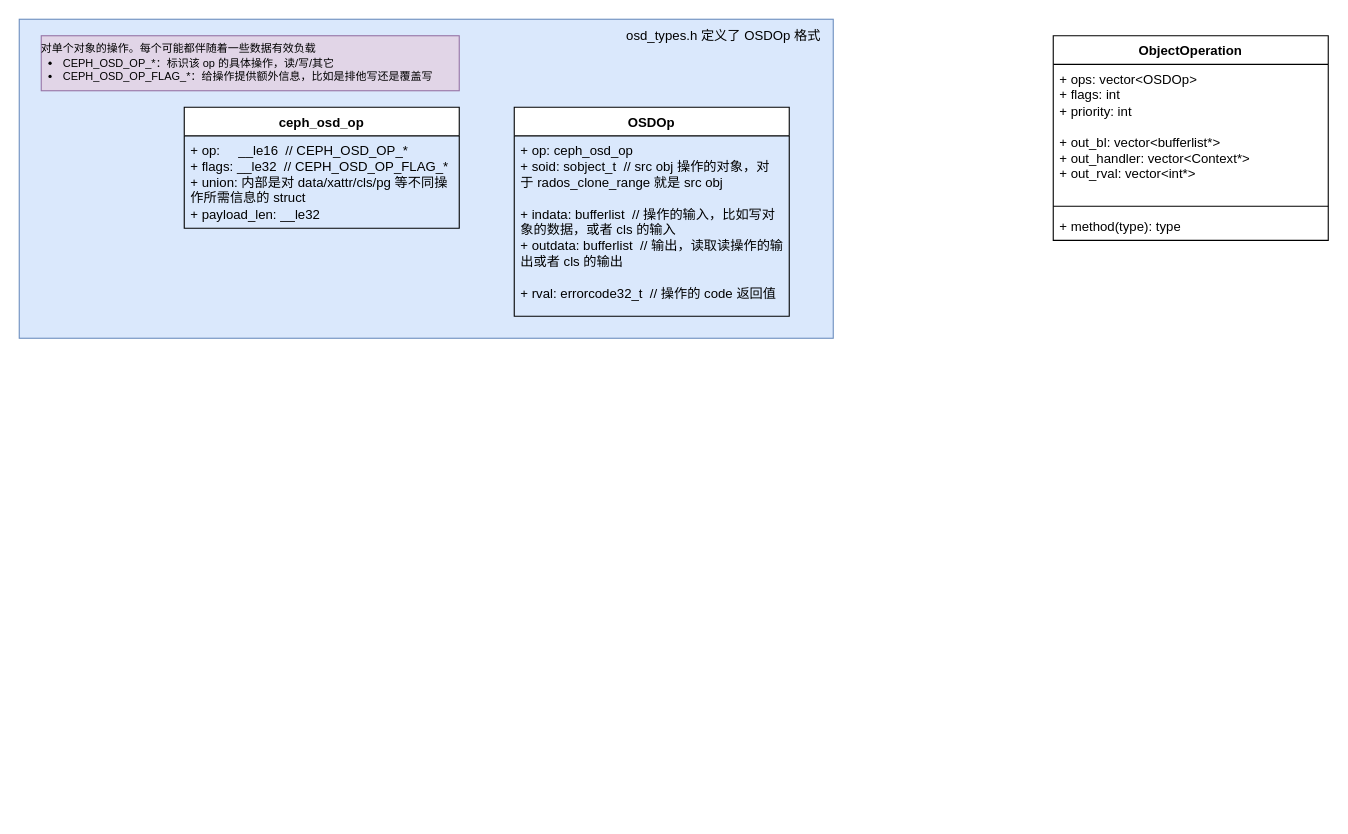
This is librados.drawio from 1253757553/drawIO, a draw.io file, before an edit. Source tidied: cells renumbered, new cells numbered last; positions are measured from the earlier drawing's top-left corner, leaving out a move shared by most shapes. Both pictures are drawn from the tidied source at 110%, with x=0, y=0 at pixel (19, 19).
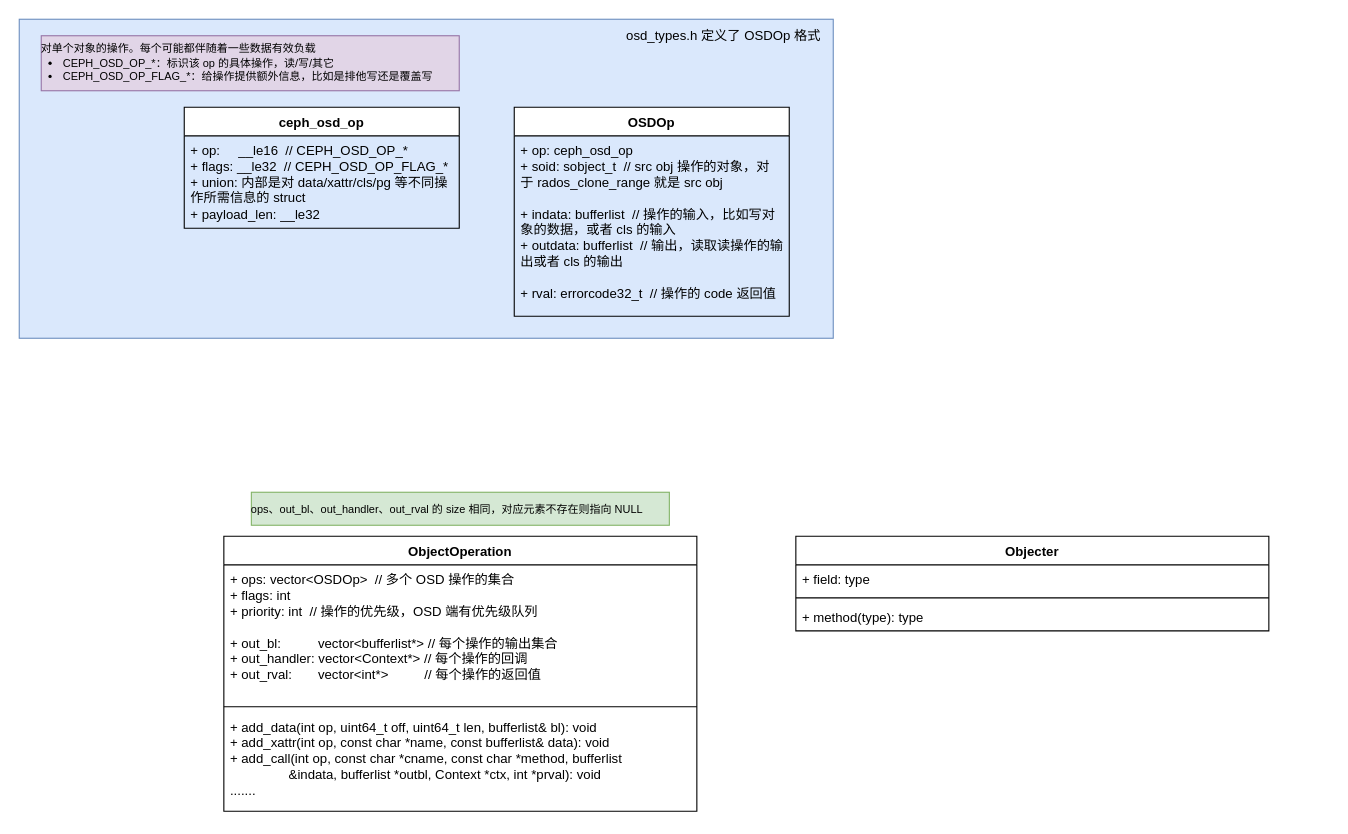
Above is the later version.

The edit, as a diff of the source:
```diff
@@
 <mxGraphModel>
   <root>
     <mxCell id="0" />
     <mxCell id="1" parent="0" />
     <mxCell id="2" style="rounded=0;whiteSpace=wrap;html=1;align=center;verticalAlign=middle;arcSize=42;fontFamily=Helvetica;fontSize=12;fillColor=#dae8fc;strokeColor=#6c8ebf;" parent="1" vertex="1">
       <mxGeometry width="740" height="290" as="geometry" />
     </mxCell>
     <mxCell id="3" value="ObjectOperation" style="swimlane;fontStyle=1;align=center;verticalAlign=top;horizontal=1;startSize=26;whiteSpace=wrap;html=1;" parent="1" vertex="1">
-      <mxGeometry x="940" y="15" width="250" height="186" as="geometry" />
+      <mxGeometry x="186" y="470" width="430" height="250" as="geometry" />
     </mxCell>
-    <mxCell id="4" value="+ ops:&amp;nbsp;vector&amp;lt;OSDOp&amp;gt;&lt;div&gt;+&amp;nbsp;flags: int&lt;/div&gt;&lt;div&gt;+&amp;nbsp;priority: int&lt;/div&gt;&lt;div&gt;&lt;br&gt;&lt;/div&gt;&lt;div&gt;+&amp;nbsp;out_bl:&amp;nbsp;vector&amp;lt;bufferlist*&amp;gt;&lt;/div&gt;&lt;div&gt;+&amp;nbsp;out_handler:&amp;nbsp;vector&amp;lt;Context*&amp;gt;&lt;/div&gt;&lt;div&gt;+&amp;nbsp;out_rval:&amp;nbsp;vector&amp;lt;int*&amp;gt;&lt;/div&gt;" style="text;strokeColor=none;fillColor=none;align=left;verticalAlign=top;spacingLeft=4;spacingRight=4;overflow=hidden;whiteSpace=wrap;html=1;" parent="3" vertex="1">
-      <mxGeometry y="26" width="250" height="124" as="geometry" />
+    <mxCell id="4" value="+ ops:&amp;nbsp;vector&amp;lt;OSDOp&amp;gt;&amp;nbsp; // 多个 OSD 操作的集合&lt;div&gt;+&amp;nbsp;flags: int&lt;/div&gt;&lt;div&gt;+&amp;nbsp;priority: int&amp;nbsp; // 操作的优先级，OSD 端有优先级队列&lt;/div&gt;&lt;div&gt;&lt;br&gt;&lt;/div&gt;&lt;div&gt;+&amp;nbsp;out_bl:&amp;nbsp; &amp;nbsp; &amp;nbsp;&lt;span style=&quot;white-space: pre;&quot;&gt;&#9;&lt;/span&gt;vector&amp;lt;bufferlist*&amp;gt; // 每个操作的输出集合&lt;/div&gt;&lt;div&gt;+&amp;nbsp;out_handler:&amp;nbsp;vector&amp;lt;Context*&amp;gt; // 每个操作的回调&lt;/div&gt;&lt;div&gt;+&amp;nbsp;out_rval:&amp;nbsp;&lt;span style=&quot;white-space: pre;&quot;&gt;&#9;&lt;/span&gt;vector&amp;lt;int*&amp;gt;&amp;nbsp; &lt;span style=&quot;white-space: pre;&quot;&gt;&#9;&amp;nbsp;&lt;/span&gt;&amp;nbsp; &amp;nbsp; // 每个操作的返回值&lt;/div&gt;" style="text;strokeColor=none;fillColor=none;align=left;verticalAlign=top;spacingLeft=4;spacingRight=4;overflow=hidden;whiteSpace=wrap;html=1;" parent="3" vertex="1">
+      <mxGeometry y="26" width="430" height="124" as="geometry" />
     </mxCell>
     <mxCell id="5" style="line;strokeWidth=1;fillColor=none;align=left;verticalAlign=middle;spacingTop=-1;spacingLeft=3;spacingRight=3;labelPosition=right;strokeColor=inherit;" parent="3" vertex="1">
-      <mxGeometry y="150" width="250" height="10" as="geometry" />
+      <mxGeometry y="150" width="430" height="10" as="geometry" />
     </mxCell>
-    <mxCell id="6" value="+ method(type): type" style="text;strokeColor=none;fillColor=none;align=left;verticalAlign=top;spacingLeft=4;spacingRight=4;overflow=hidden;whiteSpace=wrap;html=1;" parent="3" vertex="1">
-      <mxGeometry y="160" width="250" height="26" as="geometry" />
+    <mxCell id="6" value="+ add_data(int op, uint64_t off, uint64_t len, bufferlist&amp;amp; bl): void&lt;div&gt;+&amp;nbsp;add_xattr(int op, const char *name, const bufferlist&amp;amp; data): void&lt;/div&gt;&lt;div&gt;+&amp;nbsp;&lt;span style=&quot;background-color: initial;&quot;&gt;add_call(int op, const char *cname, const char *method,&amp;nbsp;&lt;/span&gt;&lt;span style=&quot;background-color: initial;&quot;&gt;bufferlist &lt;span style=&quot;white-space: pre;&quot;&gt;&#9;&lt;/span&gt;&lt;span style=&quot;white-space: pre;&quot;&gt;&#9;&lt;/span&gt;&amp;amp;indata,&amp;nbsp;&lt;/span&gt;&lt;span style=&quot;background-color: initial;&quot;&gt;bufferlist *outbl, Context *ctx, int *prval): void&lt;/span&gt;&lt;/div&gt;&lt;div&gt;&lt;span style=&quot;background-color: initial;&quot;&gt;.......&lt;/span&gt;&lt;/div&gt;" style="text;strokeColor=none;fillColor=none;align=left;verticalAlign=top;spacingLeft=4;spacingRight=4;overflow=hidden;whiteSpace=wrap;html=1;" parent="3" vertex="1">
+      <mxGeometry y="160" width="430" height="90" as="geometry" />
     </mxCell>
     <mxCell id="7" value="OSDOp" style="swimlane;fontStyle=1;align=center;verticalAlign=top;horizontal=1;startSize=26;whiteSpace=wrap;html=1;" parent="1" vertex="1">
       <mxGeometry x="450" y="80" width="250" height="190" as="geometry" />
     </mxCell>
     <mxCell id="8" value="+ op:&amp;nbsp;ceph_osd_op&lt;div&gt;+ soid: sobject_t&amp;nbsp; // src obj 操作的对象，对于&amp;nbsp;rados_clone_range 就是 src obj&lt;/div&gt;&lt;div&gt;&lt;br&gt;&lt;/div&gt;&lt;div&gt;+&amp;nbsp;&lt;span style=&quot;background-color: initial;&quot;&gt;indata:&amp;nbsp;&lt;/span&gt;&lt;span style=&quot;background-color: initial;&quot;&gt;bufferlist&amp;nbsp; // 操作的输入，比如写对象的数据，或者 cls 的输入&lt;/span&gt;&lt;/div&gt;&lt;div&gt;&lt;span style=&quot;background-color: initial;&quot;&gt;+ outdata:&amp;nbsp;&lt;/span&gt;&lt;span style=&quot;background-color: initial;&quot;&gt;bufferlist&lt;/span&gt;&lt;span style=&quot;background-color: initial;&quot;&gt;&amp;nbsp; // 输出，读取读操作的输出或者 cls 的输出&lt;/span&gt;&lt;/div&gt;&lt;div&gt;&lt;span style=&quot;background-color: initial;&quot;&gt;&lt;br&gt;&lt;/span&gt;&lt;/div&gt;&lt;div&gt;&lt;span style=&quot;background-color: initial;&quot;&gt;+&amp;nbsp;&lt;/span&gt;&lt;span style=&quot;background-color: initial;&quot;&gt;rval:&amp;nbsp;&lt;/span&gt;&lt;span style=&quot;background-color: initial;&quot;&gt;errorcode32_t&amp;nbsp; // 操作的 code 返回值&lt;/span&gt;&lt;/div&gt;" style="text;strokeColor=none;fillColor=none;align=left;verticalAlign=top;spacingLeft=4;spacingRight=4;overflow=hidden;whiteSpace=wrap;html=1;" parent="7" vertex="1">
       <mxGeometry y="26" width="250" height="164" as="geometry" />
     </mxCell>
     <mxCell id="9" value="ceph_osd_op" style="swimlane;fontStyle=1;align=center;verticalAlign=top;horizontal=1;startSize=26;whiteSpace=wrap;html=1;" parent="1" vertex="1">
       <mxGeometry x="150" y="80" width="250" height="110" as="geometry" />
     </mxCell>
     <mxCell id="10" value="+&amp;nbsp;&lt;span style=&quot;background-color: initial;&quot;&gt;op:&amp;nbsp; &amp;nbsp; &amp;nbsp;&lt;/span&gt;__le16&amp;nbsp; //&lt;span style=&quot;background-color: initial;&quot;&gt;&amp;nbsp;CEPH_OSD_OP_*&amp;nbsp;&lt;/span&gt;&lt;div&gt;&lt;span style=&quot;background-color: initial;&quot;&gt;+ flags:&amp;nbsp;&lt;/span&gt;&lt;span style=&quot;background-color: initial;&quot;&gt;__le32&amp;nbsp; //&amp;nbsp;&lt;/span&gt;&lt;span style=&quot;background-color: initial;&quot;&gt;CEPH_OSD_OP_FLAG_*&lt;/span&gt;&lt;/div&gt;&lt;div&gt;&lt;span style=&quot;background-color: initial;&quot;&gt;+ union: 内部是对 data/xattr/cls/pg 等不同操作所需信息的 struct&lt;/span&gt;&lt;/div&gt;&lt;div&gt;&lt;span style=&quot;background-color: initial;&quot;&gt;+&amp;nbsp;&lt;/span&gt;&lt;span style=&quot;background-color: initial;&quot;&gt;payload_len:&amp;nbsp;&lt;/span&gt;&lt;span style=&quot;background-color: initial;&quot;&gt;__le32&lt;/span&gt;&lt;/div&gt;" style="text;strokeColor=none;fillColor=none;align=left;verticalAlign=top;spacingLeft=4;spacingRight=4;overflow=hidden;whiteSpace=wrap;html=1;" parent="9" vertex="1">
       <mxGeometry y="26" width="250" height="84" as="geometry" />
     </mxCell>
     <mxCell id="11" value="&lt;span style=&quot;font-size: 10px;&quot;&gt;&lt;font style=&quot;font-size: 10px;&quot;&gt;对单个对象的操作。每个可能都伴随着一些数据有效负载&lt;/font&gt;&lt;/span&gt;&lt;div style=&quot;font-size: 10px;&quot;&gt;&lt;ul style=&quot;border-color: var(--border-color); padding-left: 20px; margin-top: 2px; margin-left: 0px; margin-bottom: 2px; font-size: 10px;&quot;&gt;&lt;li style=&quot;border-color: var(--border-color); font-size: 10px;&quot;&gt;&lt;span style=&quot;border-color: var(--border-color); text-wrap: wrap; font-size: 10px;&quot;&gt;&lt;font style=&quot;font-size: 10px;&quot;&gt;CEPH_OSD_OP_*：标识该 op 的具体操作，读/写/其它&lt;/font&gt;&lt;/span&gt;&lt;/li&gt;&lt;li style=&quot;border-color: var(--border-color); font-size: 10px;&quot;&gt;&lt;span style=&quot;border-color: var(--border-color); text-wrap: wrap; font-size: 10px;&quot;&gt;&lt;font style=&quot;font-size: 10px;&quot;&gt;CEPH_OSD_OP_FLAG_*：给操作提供额外信息，比如是排他写还是覆盖写&lt;/font&gt;&lt;/span&gt;&lt;/li&gt;&lt;/ul&gt;&lt;/div&gt;" style="text;html=1;align=left;verticalAlign=middle;fontFamily=Helvetica;fontSize=10;fillColor=#e1d5e7;strokeColor=#9673a6;imageWidth=24;arcSize=12;absoluteArcSize=0;imageHeight=24;imageAspect=1;imageAlign=left;imageVerticalAlign=middle;fillOpacity=100;overflow=width;" parent="1" vertex="1">
       <mxGeometry x="20" y="15" width="380" height="50" as="geometry" />
     </mxCell>
     <mxCell id="12" value="osd_types.h 定义了 OSDOp 格式" style="text;html=1;align=center;verticalAlign=middle;strokeColor=none;fillColor=none;fontFamily=Helvetica;fontSize=12;fontColor=default;" parent="1" vertex="1">
       <mxGeometry x="540" width="200" height="30" as="geometry" />
     </mxCell>
+    <mxCell id="13" value="ops、&lt;span style=&quot;text-wrap: wrap; font-size: 10px;&quot;&gt;out_bl&lt;/span&gt;、&lt;span style=&quot;text-wrap: wrap; font-size: 10px;&quot;&gt;out_handler&lt;/span&gt;、&lt;span style=&quot;text-wrap: wrap; font-size: 10px;&quot;&gt;out_rval 的&amp;nbsp;&lt;/span&gt;&lt;span style=&quot;text-wrap: wrap; font-size: 10px;&quot;&gt;size 相同，对应元素不存在&lt;/span&gt;&lt;span style=&quot;text-wrap: wrap; font-size: 10px;&quot;&gt;则指向 NULL&lt;/span&gt;" style="text;html=1;align=left;verticalAlign=middle;strokeColor=#82b366;fillColor=#d5e8d4;fontFamily=Helvetica;fontSize=10;overflow=width;" parent="1" vertex="1">
+      <mxGeometry x="211" y="430" width="380" height="30" as="geometry" />
+    </mxCell>
+    <mxCell id="14" value="Objecter" style="swimlane;fontStyle=1;align=center;verticalAlign=top;horizontal=1;startSize=26;whiteSpace=wrap;html=1;arcSize=42;fontFamily=Helvetica;fontSize=12;fontColor=default;fillColor=none;gradientColor=none;" parent="1" vertex="1">
+      <mxGeometry x="706" y="470" width="430" height="86" as="geometry" />
+    </mxCell>
+    <mxCell id="15" value="+ field: type" style="text;strokeColor=none;fillColor=none;align=left;verticalAlign=top;spacingLeft=4;spacingRight=4;overflow=hidden;whiteSpace=wrap;html=1;fontFamily=Helvetica;fontSize=12;fontColor=default;" parent="14" vertex="1">
+      <mxGeometry y="26" width="430" height="26" as="geometry" />
+    </mxCell>
+    <mxCell id="16" style="line;strokeWidth=1;fillColor=none;align=left;verticalAlign=middle;spacingTop=-1;spacingLeft=3;spacingRight=3;labelPosition=right;strokeColor=inherit;arcSize=42;fontFamily=Helvetica;fontSize=12;fontColor=default;" parent="14" vertex="1">
+      <mxGeometry y="52" width="430" height="8" as="geometry" />
+    </mxCell>
+    <mxCell id="17" value="+ method(type): type" style="text;strokeColor=none;fillColor=none;align=left;verticalAlign=top;spacingLeft=4;spacingRight=4;overflow=hidden;whiteSpace=wrap;html=1;fontFamily=Helvetica;fontSize=12;fontColor=default;" parent="14" vertex="1">
+      <mxGeometry y="60" width="430" height="26" as="geometry" />
+    </mxCell>
   </root>
 </mxGraphModel>
```
